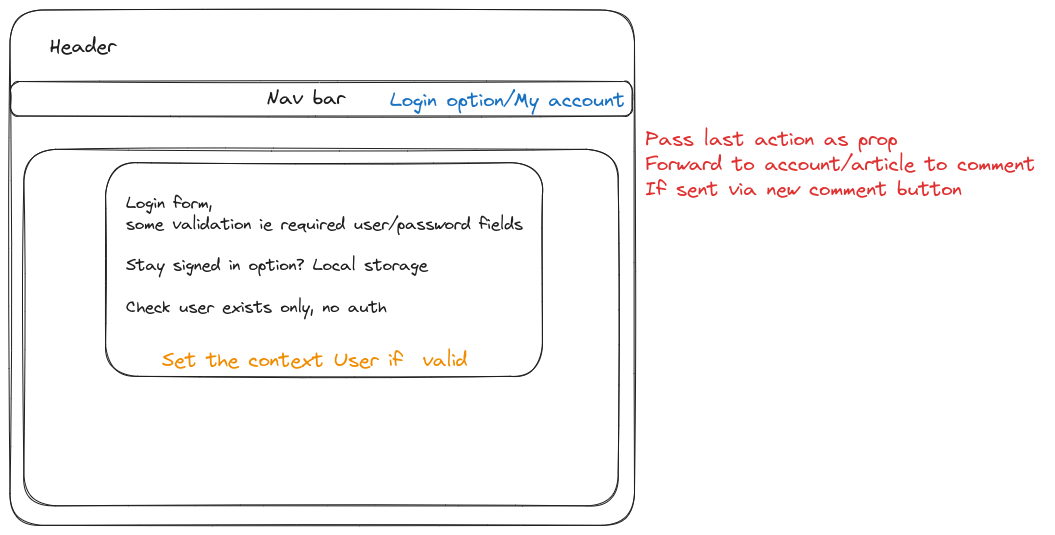
Domaeos/nc-news keeps this Excalidraw diagram as Wireframes/Login.excalidraw.png. Above is the earlier version. Source tidied: one line per element, renumbered; positions are measured from the earlier drawing's top-left corner, leaving out a move shared by most shapes. Its diagram source:
```json
{"id": 0, "type": "rectangle", "strokeColor": "#1e1e1e", "strokeWidth": 1, "roughness": 1, "round": true, "x": 0, "y": 0, "width": 624, "height": 515}
{"id": 1, "type": "rectangle", "strokeColor": "#1e1e1e", "strokeWidth": 1, "roughness": 1, "round": true, "x": 0, "y": 72, "width": 622, "height": 34}
{"id": 2, "type": "text", "text": "Header", "strokeColor": "#1e1e1e", "strokeWidth": 1, "roughness": 1, "fontSize": 20, "fontFamily": 1, "x": 40, "y": 24, "width": 66, "height": 25}
{"id": 3, "type": "text", "text": "Nav bar", "strokeColor": "#1e1e1e", "strokeWidth": 1, "roughness": 1, "fontSize": 20, "fontFamily": 1, "x": 256, "y": 76, "width": 79, "height": 25}
{"id": 4, "type": "rectangle", "strokeColor": "#1e1e1e", "strokeWidth": 1, "roughness": 1, "round": true, "x": 14, "y": 139, "width": 594, "height": 356}
{"id": 5, "type": "text", "text": "Login option/My account", "strokeColor": "#1971c2", "strokeWidth": 1, "roughness": 1, "fontSize": 20, "fontFamily": 1, "x": 380, "y": 78, "width": 235, "height": 25}
{"id": 6, "type": "rectangle", "strokeColor": "#1e1e1e", "strokeWidth": 1, "roughness": 1, "round": true, "x": 96, "y": 153, "width": 437, "height": 214}
{"id": 7, "type": "text", "text": "Login form,\nsome validation ie required user/password fields\n\nStay signed in option? Local storage\n\nCheck user exists only, no auth", "strokeColor": "#1e1e1e", "strokeWidth": 1, "roughness": 1, "fontSize": 16.74, "fontFamily": 1, "x": 116, "y": 183, "width": 397, "height": 126}
{"id": 8, "type": "text", "text": "Set the context User if  valid\n", "strokeColor": "#f08c00", "strokeWidth": 1, "roughness": 1, "fontSize": 20, "fontFamily": 1, "x": 152, "y": 338, "width": 305, "height": 50}
{"id": 9, "type": "text", "text": "Pass last action as prop\nForward to account/article to comment \nIf sent via new comment button", "strokeColor": "#e03131", "strokeWidth": 1, "roughness": 1, "fontSize": 20, "fontFamily": 1, "x": 636, "y": 117, "width": 400, "height": 75}
```
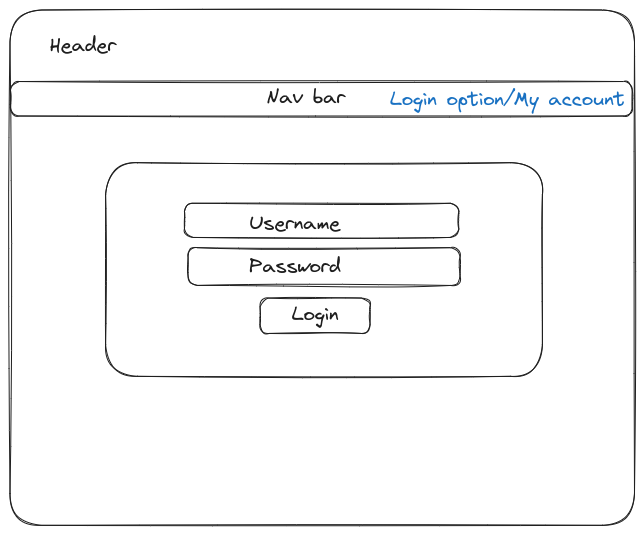
The same diagram one commit later.

Change to the diagram source:
```diff
@@ -2,9 +2,11 @@
 {"id": 1, "type": "rectangle", "strokeColor": "#1e1e1e", "strokeWidth": 1, "roughness": 1, "round": true, "x": 0, "y": 72, "width": 622, "height": 34}
 {"id": 2, "type": "text", "text": "Header", "strokeColor": "#1e1e1e", "strokeWidth": 1, "roughness": 1, "fontSize": 20, "fontFamily": 1, "x": 40, "y": 24, "width": 66, "height": 25}
 {"id": 3, "type": "text", "text": "Nav bar", "strokeColor": "#1e1e1e", "strokeWidth": 1, "roughness": 1, "fontSize": 20, "fontFamily": 1, "x": 256, "y": 76, "width": 79, "height": 25}
-{"id": 4, "type": "rectangle", "strokeColor": "#1e1e1e", "strokeWidth": 1, "roughness": 1, "round": true, "x": 14, "y": 139, "width": 594, "height": 356}
 {"id": 5, "type": "text", "text": "Login option/My account", "strokeColor": "#1971c2", "strokeWidth": 1, "roughness": 1, "fontSize": 20, "fontFamily": 1, "x": 380, "y": 78, "width": 235, "height": 25}
 {"id": 6, "type": "rectangle", "strokeColor": "#1e1e1e", "strokeWidth": 1, "roughness": 1, "round": true, "x": 96, "y": 153, "width": 437, "height": 214}
-{"id": 7, "type": "text", "text": "Login form,\nsome validation ie required user/password fields\n\nStay signed in option? Local storage\n\nCheck user exists only, no auth", "strokeColor": "#1e1e1e", "strokeWidth": 1, "roughness": 1, "fontSize": 16.74, "fontFamily": 1, "x": 116, "y": 183, "width": 397, "height": 126}
-{"id": 8, "type": "text", "text": "Set the context User if  valid\n", "strokeColor": "#f08c00", "strokeWidth": 1, "roughness": 1, "fontSize": 20, "fontFamily": 1, "x": 152, "y": 338, "width": 305, "height": 50}
-{"id": 9, "type": "text", "text": "Pass last action as prop\nForward to account/article to comment \nIf sent via new comment button", "strokeColor": "#e03131", "strokeWidth": 1, "roughness": 1, "fontSize": 20, "fontFamily": 1, "x": 636, "y": 117, "width": 400, "height": 75}
+{"id": 10, "type": "text", "text": "Username", "strokeColor": "#1e1e1e", "strokeWidth": 1, "roughness": 1, "fontSize": 20, "fontFamily": 1, "x": 239, "y": 202, "width": 91, "height": 25}
+{"id": 11, "type": "rectangle", "strokeColor": "#1e1e1e", "strokeWidth": 1, "roughness": 1, "round": true, "x": 174, "y": 193, "width": 274, "height": 34}
+{"id": 12, "type": "rectangle", "strokeColor": "#1e1e1e", "strokeWidth": 1, "roughness": 1, "round": true, "x": 178, "y": 238, "width": 272, "height": 38}
+{"id": 13, "type": "text", "text": "Password", "strokeColor": "#1e1e1e", "strokeWidth": 1, "roughness": 1, "fontSize": 20, "fontFamily": 1, "x": 239, "y": 245, "width": 92, "height": 25}
+{"id": 14, "type": "rectangle", "strokeColor": "#1e1e1e", "strokeWidth": 1, "roughness": 1, "round": true, "x": 250, "y": 288, "width": 110, "height": 35}
+{"id": 15, "type": "text", "text": "Login", "strokeColor": "#1e1e1e", "strokeWidth": 1, "roughness": 1, "fontSize": 20, "fontFamily": 1, "textAlign": "center", "verticalAlign": "middle", "inside": 14, "x": 282, "y": 293, "width": 47, "height": 25}
```
